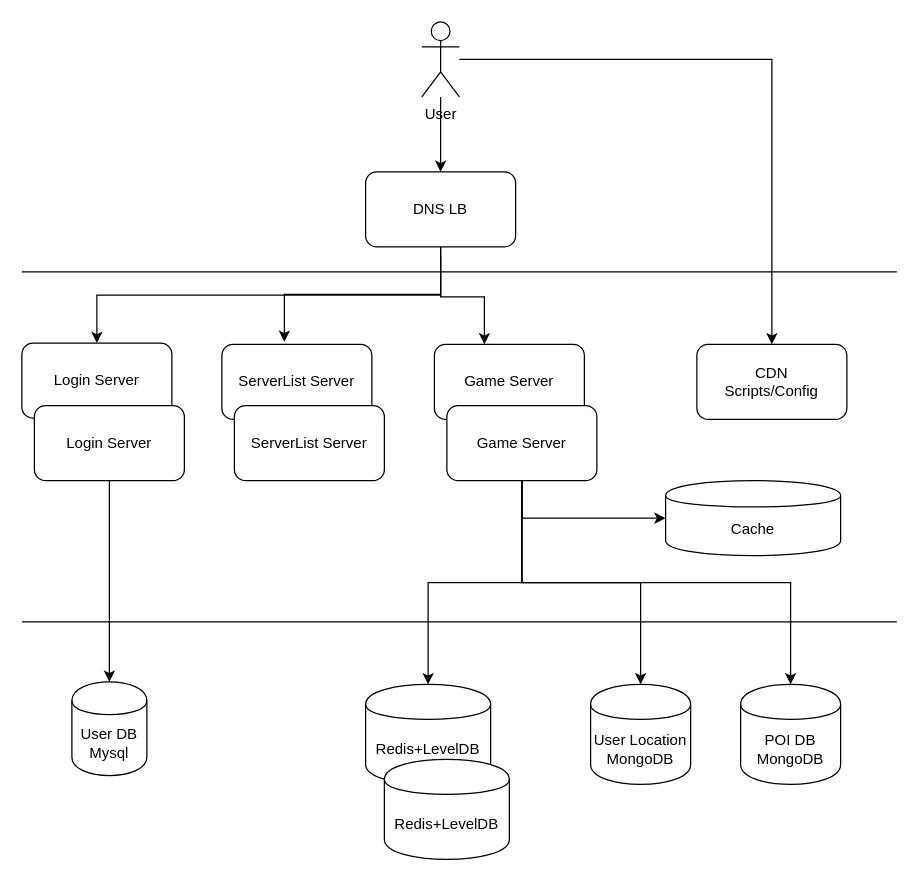
Before: CityPet.drawio in evagle/awesome, a draw.io diagram. Source tidied: cells renumbered, new cells numbered last; positions are measured from the earlier drawing's top-left corner, leaving out a move shared by most shapes. Both pictures are drawn from the tidied source at 125%, with x=0, y=0 at pixel (21, 21).
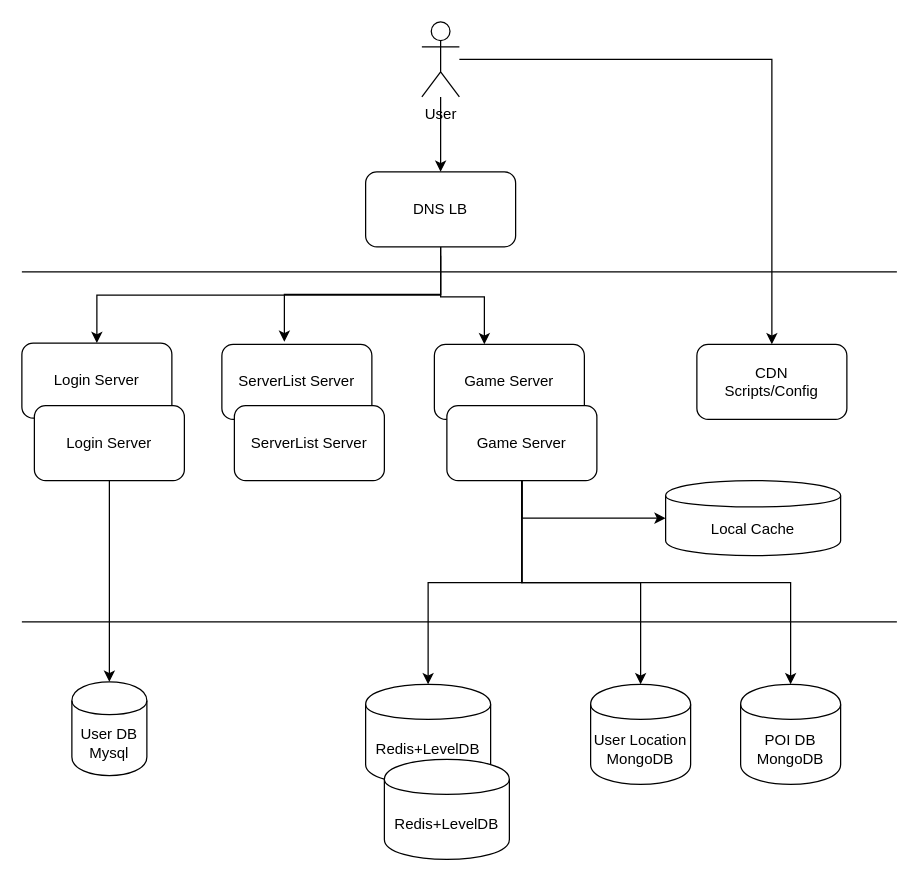
After the change.

Change to the diagram source:
```diff
@@
-    <mxCell id="26" value="Cache" style="shape=cylinder;whiteSpace=wrap;html=1;boundedLbl=1;backgroundOutline=1;" parent="1" vertex="1">
+    <mxCell id="26" value="Local Cache" style="shape=cylinder;whiteSpace=wrap;html=1;boundedLbl=1;backgroundOutline=1;" parent="1" vertex="1">
       <mxGeometry x="515" y="367" width="140" height="60" as="geometry" />
     </mxCell>
```
